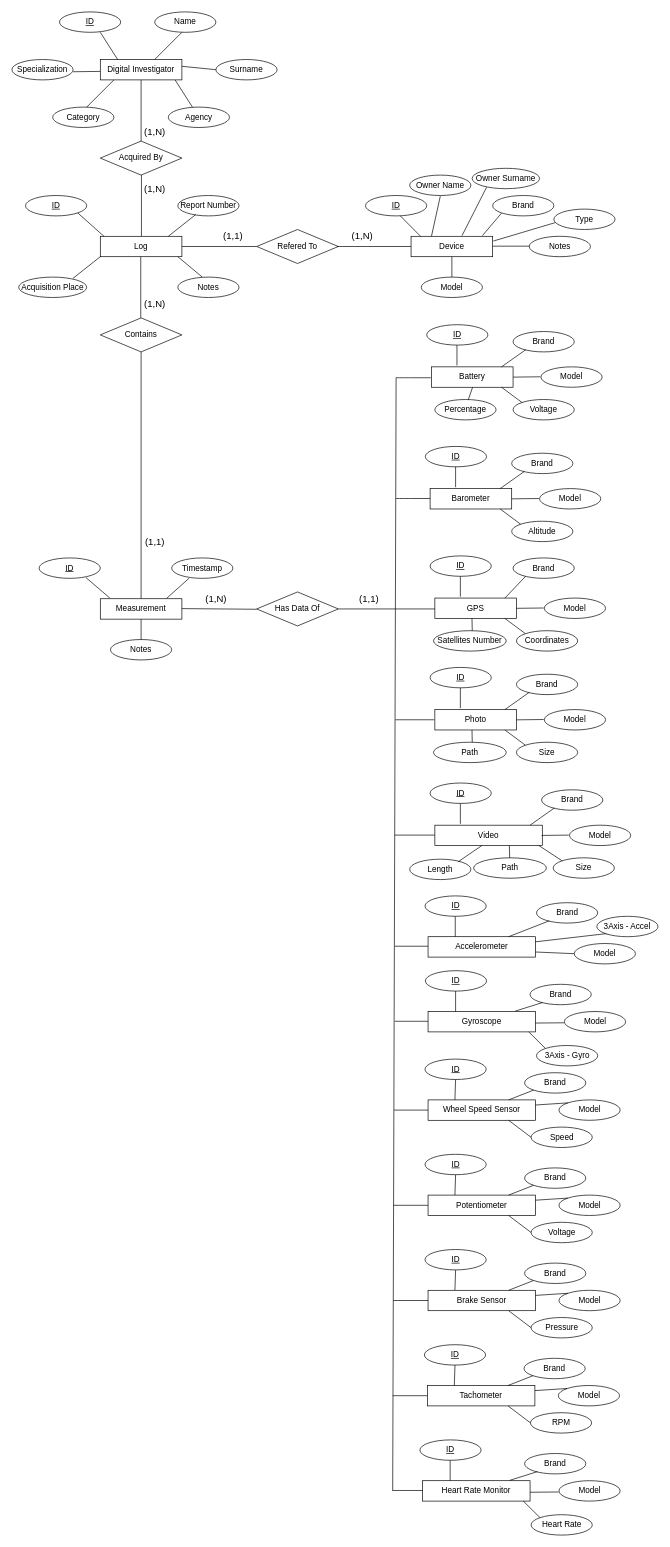
Kryozen/Forensics-Analysis keeps this draw.io diagram as Database/Schema DB.drawio. Above is the earlier version. Source tidied: cells renumbered, new cells numbered last; positions are measured from the earlier drawing's top-left corner, leaving out a move shared by most shapes. Both pictures are drawn from the tidied source at 68%, with x=0, y=0 at pixel (12, 12).
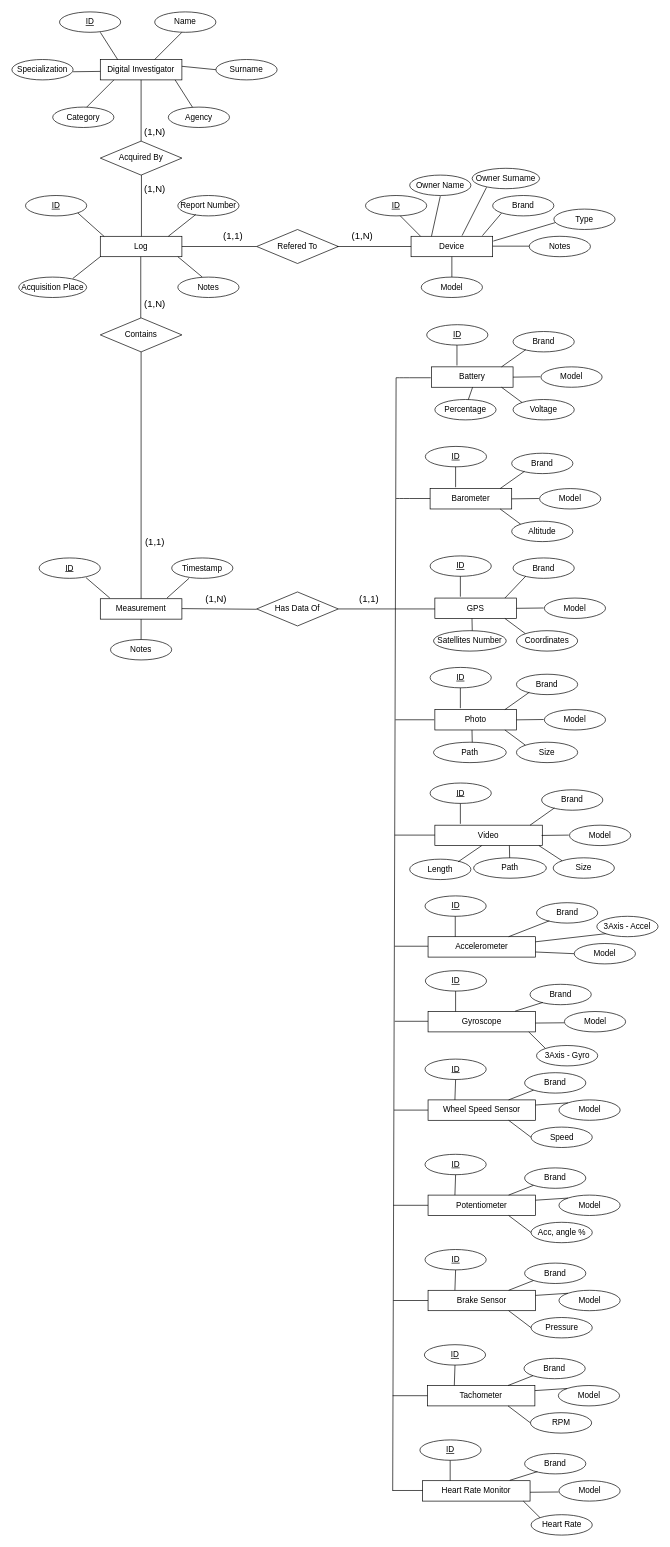
The same diagram, later.

The edit, as a diff of the source:
```diff
@@
-    <mxCell id="175" value="Voltage" style="ellipse;whiteSpace=wrap;html=1;" parent="1" vertex="1">
+    <mxCell id="175" value="Acc, angle %" style="ellipse;whiteSpace=wrap;html=1;" parent="1" vertex="1">
       <mxGeometry x="763.5" y="1780" width="90" height="30" as="geometry" />
     </mxCell>
```
